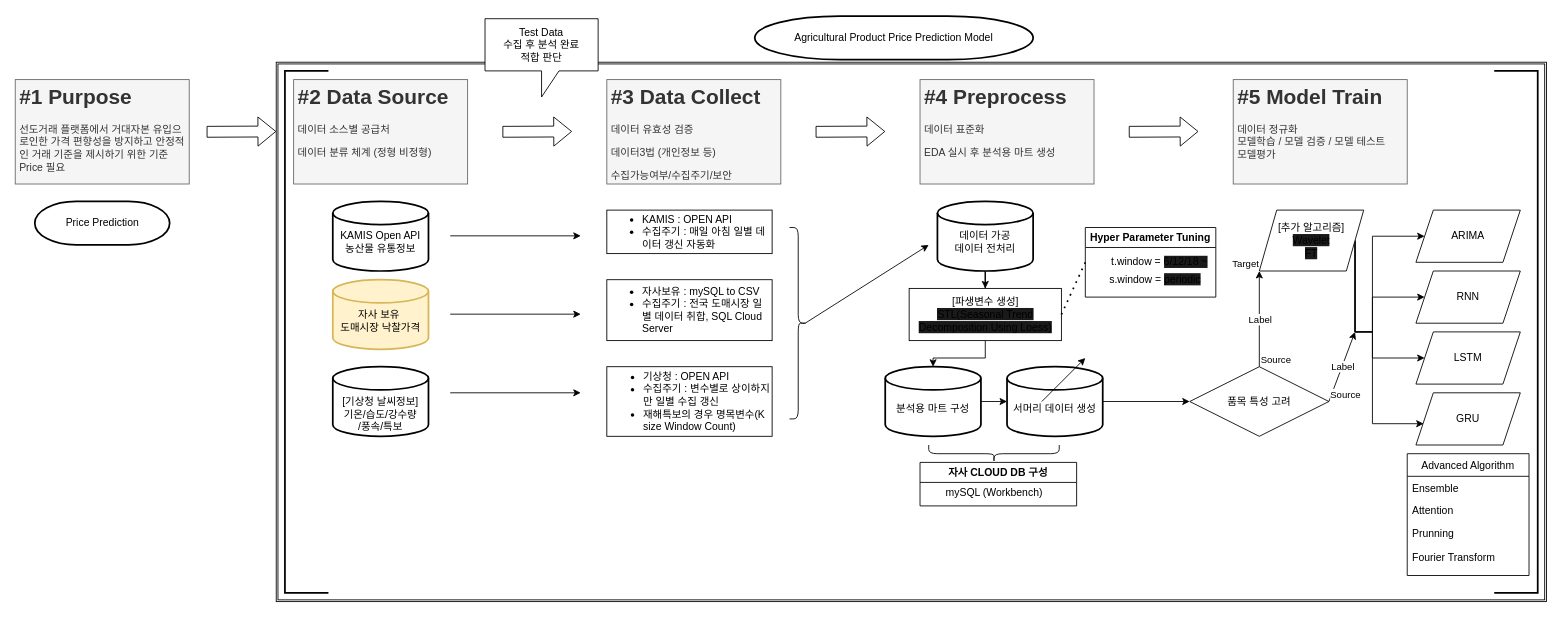
Before: Untitled Diagram.drawio in goldpu/Flowchart-collection, a draw.io diagram. Source tidied: cells renumbered, new cells numbered last; positions are measured from the earlier drawing's top-left corner, leaving out a move shared by most shapes. Both pictures are drawn from the tidied source at 87%, with x=0, y=0 at pixel (15, 16).
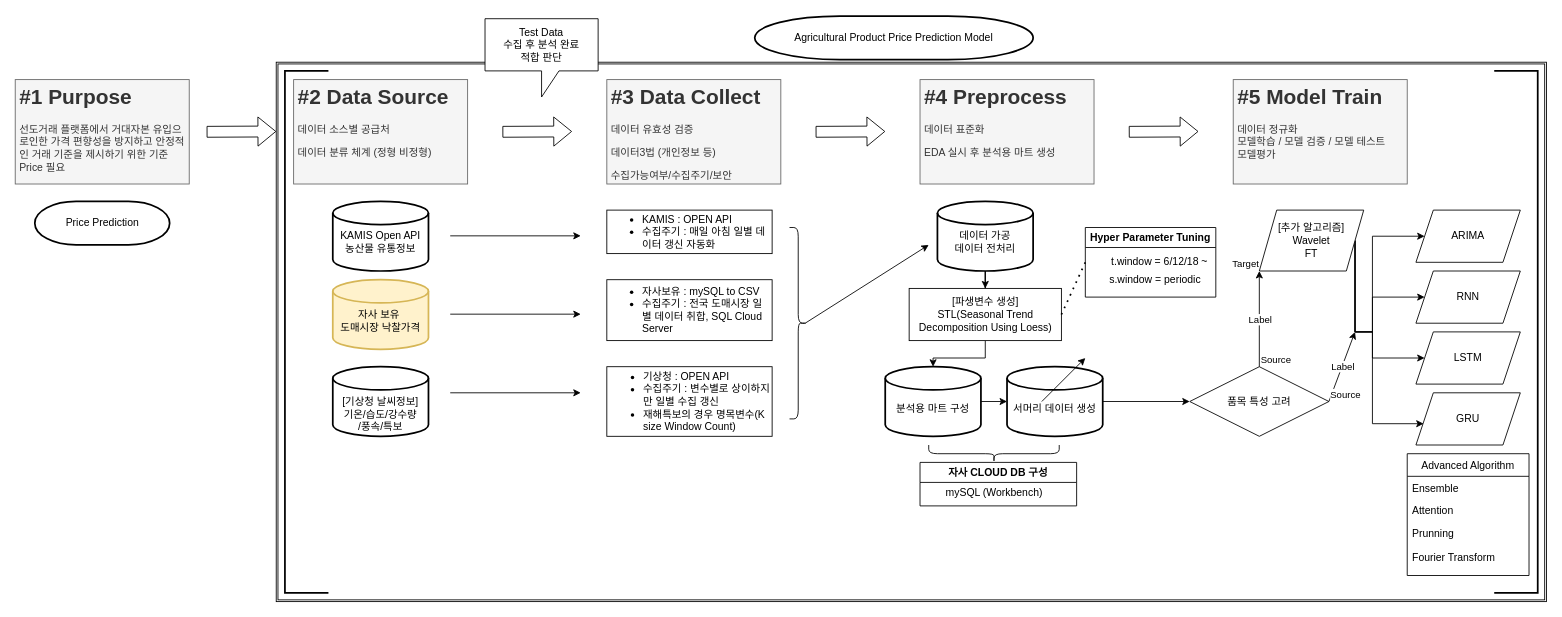
After the change.

Commit message:
Black Background Clear

Unchanged cells that the change refers to:
```xml
<mxCell id="33" value="Hyper Parameter Tuning" style="swimlane;" parent="1" vertex="1">
  <mxGeometry x="1230" y="243" width="150" height="80" as="geometry" />
</mxCell>
```

The edit, as a diff of the source:
```diff
@@
-    <mxCell id="26" value="[파생변수 생성]&lt;br&gt;&lt;span style=&quot;background-color: rgb(26 , 26 , 26)&quot;&gt;STL(Seasonal Trend Decomposition Using Loess)&lt;/span&gt;" style="rounded=0;whiteSpace=wrap;html=1;" parent="1" vertex="1">
+    <mxCell id="26" value="[파생변수 생성]&lt;br&gt;STL(Seasonal Trend Decomposition Using Loess)" style="rounded=0;whiteSpace=wrap;html=1;" parent="1" vertex="1">
       <mxGeometry x="1027.5" y="313" width="175" height="60" as="geometry" />
     </mxCell>
@@
-    <mxCell id="34" value="t.window = &lt;span style=&quot;background-color: rgb(26 , 26 , 26)&quot;&gt;6/12/18 ~&lt;/span&gt;" style="text;html=1;align=center;verticalAlign=middle;strokeColor=none;" parent="33" vertex="1">
+    <mxCell id="34" value="t.window = 6/12/18 ~" style="text;html=1;align=center;verticalAlign=middle;strokeColor=none;" parent="33" vertex="1">
       <mxGeometry x="20" y="30" width="130" height="20" as="geometry" />
     </mxCell>
-    <mxCell id="35" value="s.window = &lt;span style=&quot;background-color: rgb(26 , 26 , 26)&quot;&gt;periodic&lt;/span&gt;" style="text;html=1;align=center;verticalAlign=middle;strokeColor=none;" parent="33" vertex="1">
+    <mxCell id="35" value="s.window = periodic" style="text;html=1;align=center;verticalAlign=middle;strokeColor=none;" parent="33" vertex="1">
       <mxGeometry x="20" y="50" width="120" height="20" as="geometry" />
     </mxCell>
@@
-    <mxCell id="47" value="[추가 알고리즘]&lt;br&gt;&lt;span style=&quot;background-color: rgb(26 , 26 , 26)&quot;&gt;Wavelet&lt;br&gt;FT&lt;/span&gt;" style="shape=parallelogram;perimeter=parallelogramPerimeter;whiteSpace=wrap;html=1;fixedSize=1;" parent="1" vertex="1">
+    <mxCell id="47" value="[추가 알고리즘]&lt;br&gt;Wavelet&lt;br&gt;FT" style="shape=parallelogram;perimeter=parallelogramPerimeter;whiteSpace=wrap;html=1;fixedSize=1;" parent="1" vertex="1">
       <mxGeometry x="1430" y="223" width="120" height="70" as="geometry" />
     </mxCell>
```
